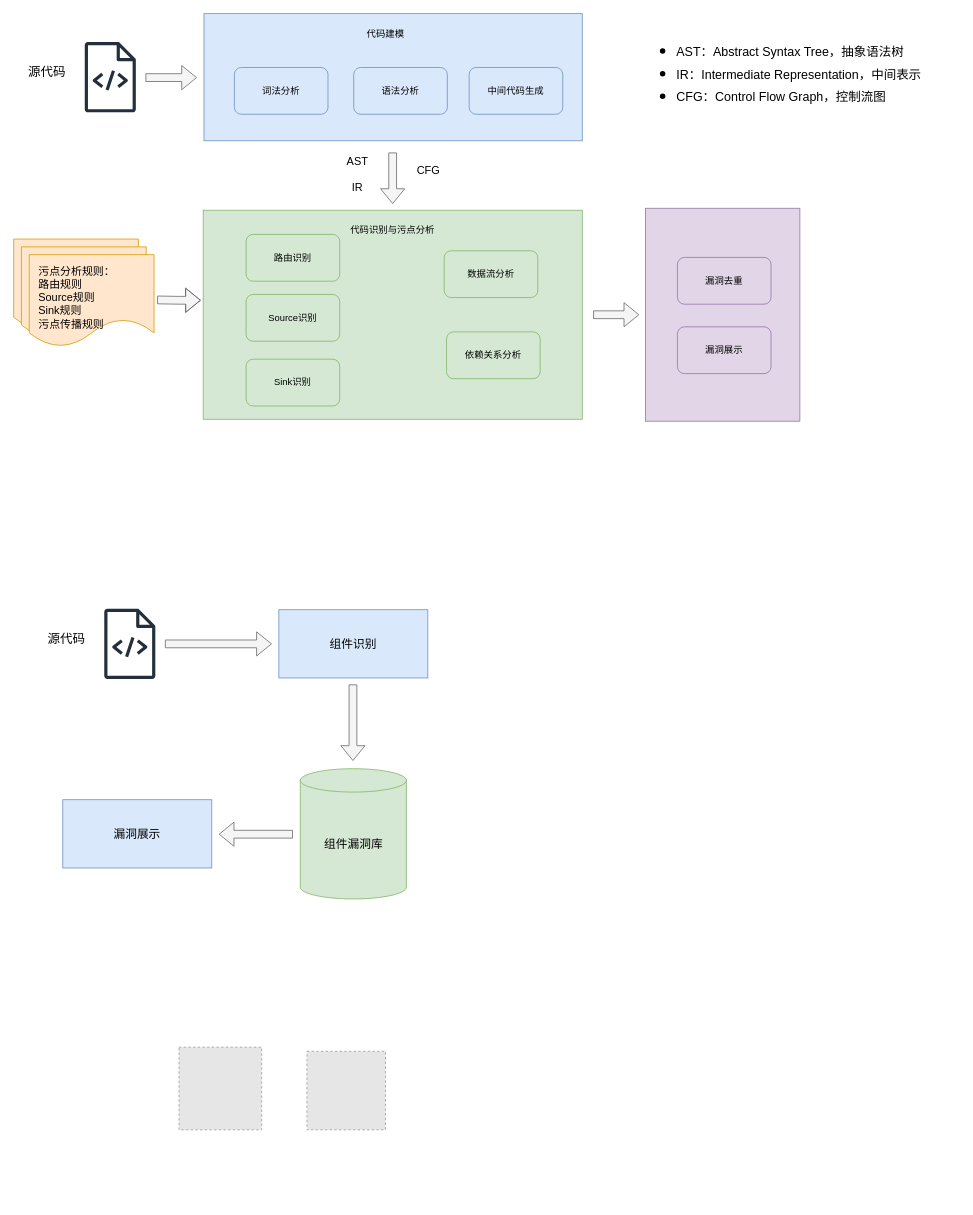
Above: tech.drawio in bookchi/Linux (draw.io), before the change. Source tidied: cells renumbered, new cells numbered last; positions are measured from the earlier drawing's top-left corner, leaving out a move shared by most shapes. Both pictures are drawn from the tidied source at 78%, with x=0, y=0 at pixel (13, 13). Pictures stored in the file or linked from it are replaced by grey dashed boxes.
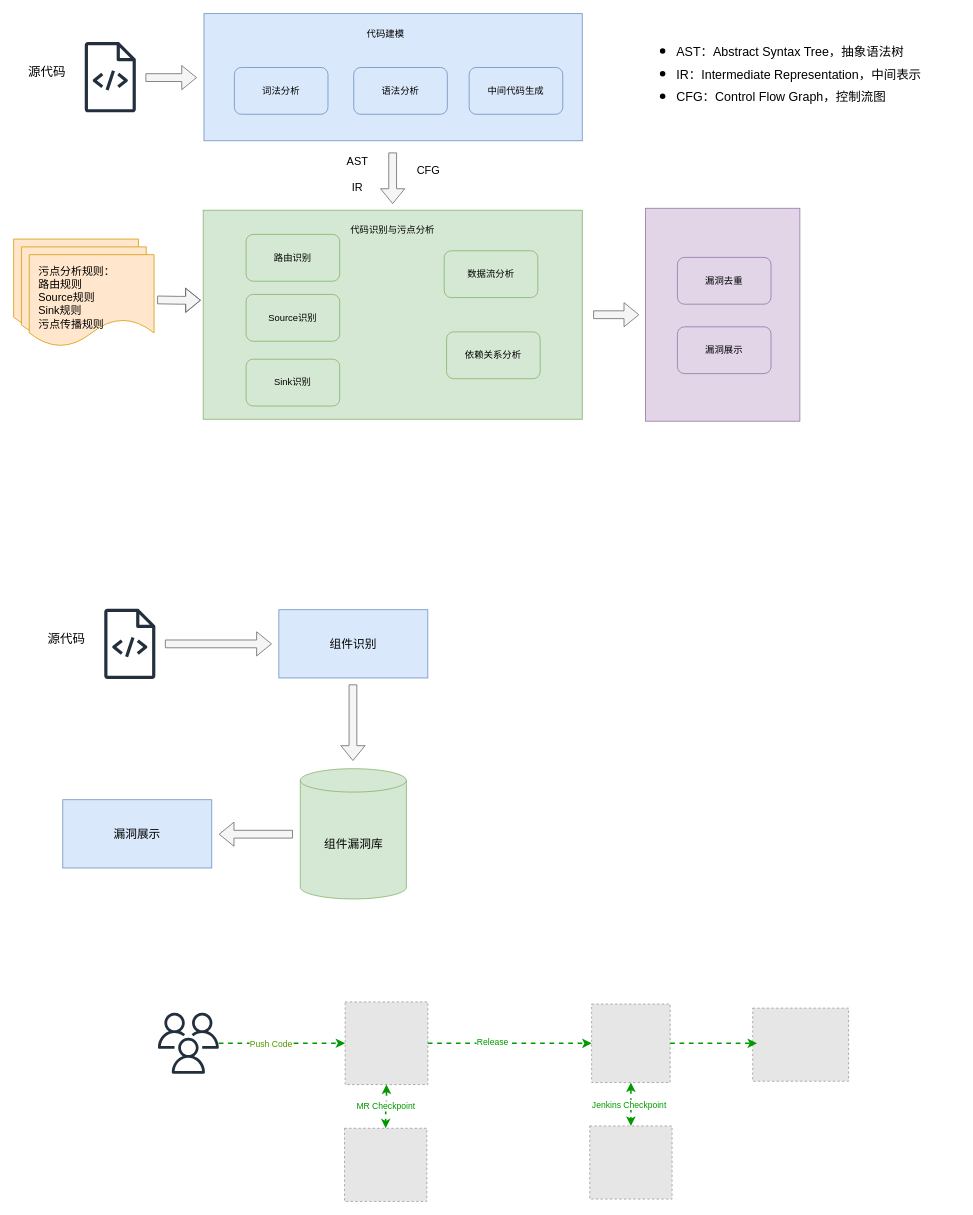
The same diagram, later.

Diff of the diagram source:
```diff
@@
     <mxCell id="38" style="fillColor=#E6E6E6;strokeColor=#999999;dashed=1;html=1;verticalAlign=top;verticalLabelPosition=bottom;labelBackgroundColor=#ffffff;" parent="1" vertex="1">
-      <mxGeometry x="212" y="1325" width="106" height="106" as="geometry" />
+      <mxGeometry x="425" y="1267" width="106" height="106" as="geometry" />
     </mxCell>
     <mxCell id="39" style="fillColor=#E6E6E6;strokeColor=#999999;dashed=1;verticalLabelPosition=bottom;labelBackgroundColor=default;verticalAlign=top;" parent="1" vertex="1">
-      <mxGeometry x="376" y="1330.3" width="100.7" height="100.7" as="geometry" />
+      <mxGeometry x="741" y="1269.7" width="100.7" height="100.7" as="geometry" />
     </mxCell>
+    <mxCell id="40" style="sketch=0;outlineConnect=0;fontColor=#232F3E;gradientColor=none;fillColor=#232F3D;strokeColor=none;dashed=0;verticalLabelPosition=bottom;verticalAlign=top;align=center;html=1;fontSize=12;fontStyle=0;shape=mxgraph.aws4.users;" parent="1" vertex="1">
+      <mxGeometry x="185" y="1281" width="78" height="78" as="geometry" />
+    </mxCell>
+    <mxCell id="41" style="fillColor=#E6E6E6;strokeColor=#999999;dashed=1;verticalLabelPosition=bottom;labelBackgroundColor=default;verticalAlign=top;" parent="1" vertex="1">
+      <mxGeometry x="424.2" y="1429" width="105.5" height="93.8" as="geometry" />
+    </mxCell>
+    <mxCell id="42" style="edgeStyle=orthogonalEdgeStyle;rounded=1;jettySize=auto;html=1;entryX=0;entryY=0.5;entryDx=0;entryDy=0;dashed=1;strokeWidth=2;strokeColor=#009900;curved=0;" parent="1" edge="1" source="40" target="38">
+      <mxGeometry relative="1" as="geometry" />
+    </mxCell>
+    <mxCell id="43" value="&lt;font color=&quot;#4d9900&quot;&gt;Push Code&lt;/font&gt;" style="edgeLabel;html=1;align=center;verticalAlign=middle;" parent="42" vertex="1">
+      <mxGeometry x="-0.19" relative="1" as="geometry" />
+    </mxCell>
+    <mxCell id="44" style="fillColor=#E6E6E6;strokeColor=#999999;dashed=1;verticalLabelPosition=bottom;labelBackgroundColor=default;verticalAlign=top;" parent="1" vertex="1">
+      <mxGeometry x="947.5" y="1275" width="123" height="93.7" as="geometry" />
+    </mxCell>
+    <mxCell id="45" style="edgeStyle=orthogonalEdgeStyle;rounded=1;jettySize=auto;html=1;entryX=0.5;entryY=0;entryDx=0;entryDy=0;dashed=1;strokeWidth=2;strokeColor=#009900;curved=0;exitX=0.5;exitY=1;exitDx=0;exitDy=0;startArrow=classic;startFill=1;" parent="1" edge="1" source="38" target="41">
+      <mxGeometry relative="1" as="geometry" />
+    </mxCell>
+    <mxCell id="46" value="&lt;font color=&quot;#009900&quot;&gt;MR Checkpoint&lt;/font&gt;" style="edgeLabel;html=1;align=center;verticalAlign=middle;" parent="45" vertex="1">
+      <mxGeometry x="0.02" y="-1" relative="1" as="geometry" />
+    </mxCell>
+    <mxCell id="47" style="fillColor=#E6E6E6;strokeColor=#999999;dashed=1;verticalLabelPosition=bottom;labelBackgroundColor=default;verticalAlign=top;" parent="1" vertex="1">
+      <mxGeometry x="738.6" y="1426" width="105.5" height="93.8" as="geometry" />
+    </mxCell>
+    <mxCell id="48" style="edgeStyle=orthogonalEdgeStyle;rounded=1;jettySize=auto;html=1;dashed=1;strokeWidth=2;strokeColor=#009900;curved=0;exitX=1;exitY=0.5;exitDx=0;exitDy=0;" parent="1" edge="1" source="38" target="39">
+      <mxGeometry relative="1" as="geometry" />
+    </mxCell>
+    <mxCell id="49" value="&lt;font color=&quot;#009900&quot;&gt;Release&lt;/font&gt;" style="edgeLabel;html=1;align=center;verticalAlign=middle;" parent="48" vertex="1">
+      <mxGeometry x="-0.22" y="2" relative="1" as="geometry" />
+    </mxCell>
+    <mxCell id="50" style="edgeStyle=orthogonalEdgeStyle;rounded=1;jettySize=auto;html=1;dashed=1;strokeWidth=2;strokeColor=#009900;curved=0;" parent="1" edge="1" source="39">
+      <mxGeometry relative="1" as="geometry">
+        <mxPoint x="953" y="1320" as="targetPoint" />
+      </mxGeometry>
+    </mxCell>
+    <mxCell id="51" style="edgeStyle=orthogonalEdgeStyle;rounded=1;jettySize=auto;html=1;dashed=1;strokeWidth=2;strokeColor=#009900;curved=0;exitX=0.5;exitY=1;exitDx=0;exitDy=0;entryX=0.5;entryY=0;entryDx=0;entryDy=0;startArrow=classic;startFill=1;" parent="1" edge="1" source="39" target="47">
+      <mxGeometry relative="1" as="geometry" />
+    </mxCell>
+    <mxCell id="52" value="&lt;font color=&quot;#009900&quot;&gt;Jenkins Checkpoint&lt;/font&gt;" style="edgeLabel;html=1;align=center;verticalAlign=middle;" parent="51" vertex="1">
+      <mxGeometry x="0.01" y="-3" relative="1" as="geometry" />
+    </mxCell>
```
